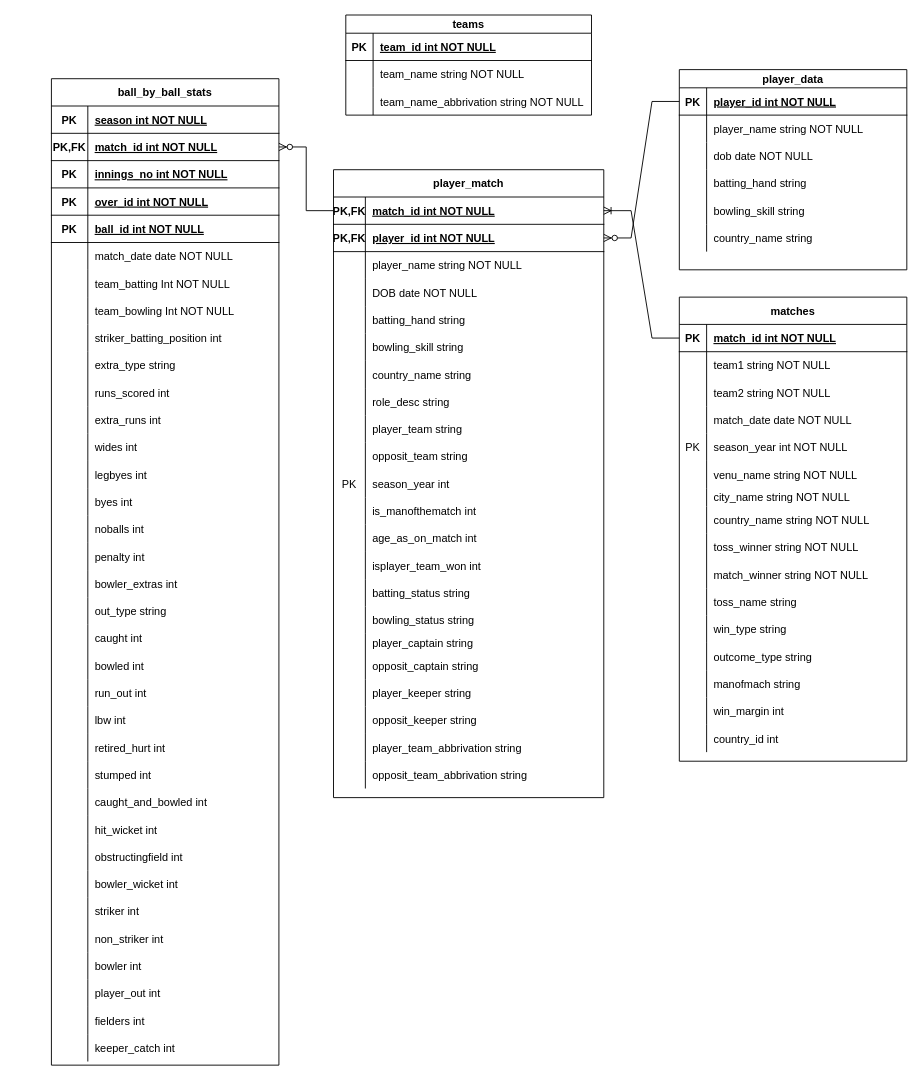
Above: data/Untitled Diagram.drawio in KBR0551/IPL-data-Analysis-using-Databricks-SQL (draw.io), before the change. Source tidied: cells renumbered, new cells numbered last; positions are measured from the earlier drawing's top-left corner, leaving out a move shared by most shapes. Both pictures are drawn from the tidied source at 91%, with x=0, y=0 at pixel (51, 15).
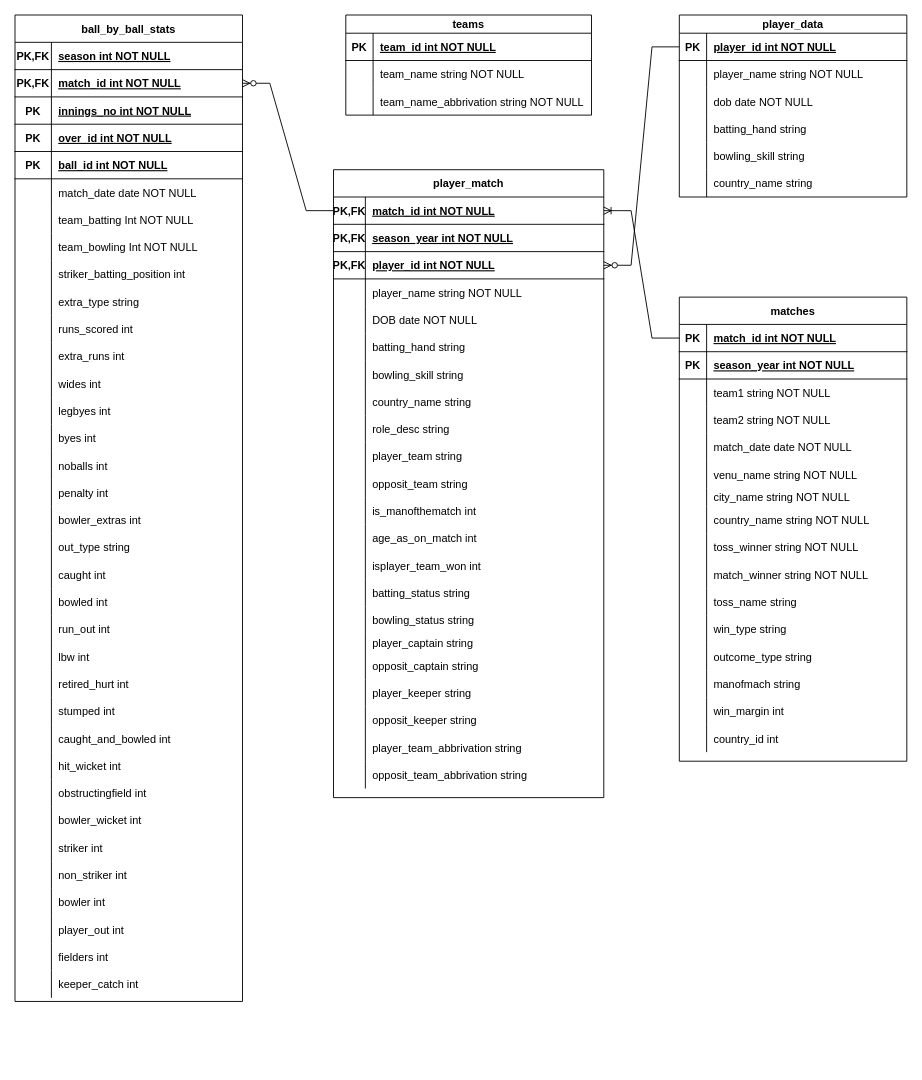
The same page after the edit.

The change refers to these unchanged cells:
```xml
<mxCell id="2" value="matches" style="shape=table;startSize=30;childLayout=tableLayout;rowLines=0;fontStyle=1;align=center;" parent="1" vertex="1">
  <mxGeometry x="690" y="310" width="250" height="510" as="geometry" />
</mxCell>
<mxCell id="51" value="player_match" style="shape=table;startSize=30;childLayout=tableLayout;rowLines=0;fontStyle=1;align=center;" parent="1" vertex="1">
  <mxGeometry x="310" y="170" width="297" height="690" as="geometry" />
</mxCell>
<mxCell id="119" style="shape=partialRectangle;fillColor=none;top=0;left=0;right=0;bottom=1;" parent="118" vertex="1">
  <mxGeometry y="30" width="250" height="30" as="geometry" />
</mxCell>
```

What changed in the source:
```diff
@@
+    <mxCell id="256" style="shape=partialRectangle;fillColor=none;top=0;left=0;right=0;bottom=1;" parent="2" vertex="1">
+      <mxGeometry y="60" width="250" height="30" as="geometry" />
+    </mxCell>
+    <mxCell id="257" value="PK" style="shape=partialRectangle;overflow=hidden;fillColor=none;top=0;left=0;bottom=0;right=0;fontStyle=1;" parent="256" vertex="1">
+      <mxGeometry width="30" height="30" as="geometry" />
+    </mxCell>
+    <mxCell id="258" value="season_year int NOT NULL " style="shape=partialRectangle;overflow=hidden;fillColor=none;top=0;left=0;bottom=0;right=0;align=left;spacingLeft=6;fontStyle=5;" parent="256" vertex="1">
+      <mxGeometry x="30" width="220" height="30" as="geometry" />
+    </mxCell>
     <mxCell id="6" style="shape=partialRectangle;fillColor=none;top=0;left=0;right=0;bottom=0;" parent="2" vertex="1">
-      <mxGeometry y="60" width="250" height="30" as="geometry" />
+      <mxGeometry y="90" width="250" height="30" as="geometry" />
     </mxCell>
@@
     <mxCell id="9" style="shape=partialRectangle;fillColor=none;top=0;left=0;right=0;bottom=0;" parent="2" vertex="1">
-      <mxGeometry y="90" width="250" height="30" as="geometry" />
+      <mxGeometry y="120" width="250" height="30" as="geometry" />
     </mxCell>
@@
     <mxCell id="12" style="shape=partialRectangle;fillColor=none;top=0;left=0;right=0;bottom=0;" parent="2" vertex="1">
-      <mxGeometry y="120" width="250" height="30" as="geometry" />
+      <mxGeometry y="150" width="250" height="30" as="geometry" />
     </mxCell>
@@
-    <mxCell id="15" style="shape=partialRectangle;fillColor=none;top=0;left=0;right=0;bottom=0;" parent="2" vertex="1">
-      <mxGeometry y="150" width="250" height="30" as="geometry" />
-    </mxCell>
-    <mxCell id="16" value="PK" style="shape=partialRectangle;overflow=hidden;fillColor=none;top=0;left=0;bottom=0;right=0;" parent="15" vertex="1">
-      <mxGeometry width="30" height="30" as="geometry" />
-    </mxCell>
-    <mxCell id="17" value="season_year int NOT NULL" style="shape=partialRectangle;overflow=hidden;fillColor=none;top=0;left=0;bottom=0;right=0;align=left;spacingLeft=6;" parent="15" vertex="1">
-      <mxGeometry x="30" width="220" height="30" as="geometry" />
-    </mxCell>
@@
+    <mxCell id="259" style="shape=partialRectangle;fillColor=none;top=0;left=0;right=0;bottom=1;" parent="51" vertex="1">
+      <mxGeometry y="60" width="297" height="30" as="geometry" />
+    </mxCell>
+    <mxCell id="260" value="PK,FK" style="shape=partialRectangle;overflow=hidden;fillColor=none;top=0;left=0;bottom=0;right=0;fontStyle=1;" parent="259" vertex="1">
+      <mxGeometry width="35" height="30" as="geometry" />
+    </mxCell>
+    <mxCell id="261" value="season_year int NOT NULL " style="shape=partialRectangle;overflow=hidden;fillColor=none;top=0;left=0;bottom=0;right=0;align=left;spacingLeft=6;fontStyle=5;" parent="259" vertex="1">
+      <mxGeometry x="35" width="262" height="30" as="geometry" />
+    </mxCell>
     <mxCell id="55" style="shape=partialRectangle;fillColor=none;points=[[0,0.5],[1,0.5]];portConstraint=eastwest;top=0;left=0;right=0;bottom=1;" parent="51" vertex="1">
-      <mxGeometry y="60" width="297" height="30" as="geometry" />
+      <mxGeometry y="90" width="297" height="30" as="geometry" />
     </mxCell>
@@
     <mxCell id="58" style="shape=partialRectangle;fillColor=none;top=0;left=0;right=0;bottom=0;" parent="51" vertex="1">
-      <mxGeometry y="90" width="297" height="30" as="geometry" />
+      <mxGeometry y="120" width="297" height="30" as="geometry" />
     </mxCell>
@@
     <mxCell id="61" style="shape=partialRectangle;fillColor=none;top=0;left=0;right=0;bottom=0;" parent="51" vertex="1">
-      <mxGeometry y="120" width="297" height="30" as="geometry" />
+      <mxGeometry y="150" width="297" height="30" as="geometry" />
     </mxCell>
@@
     <mxCell id="64" style="shape=partialRectangle;fillColor=none;top=0;left=0;right=0;bottom=0;" parent="51" vertex="1">
-      <mxGeometry y="150" width="297" height="30" as="geometry" />
+      <mxGeometry y="180" width="297" height="30" as="geometry" />
     </mxCell>
@@
     <mxCell id="67" style="shape=partialRectangle;fillColor=none;top=0;left=0;right=0;bottom=0;" parent="51" vertex="1">
-      <mxGeometry y="180" width="297" height="30" as="geometry" />
+      <mxGeometry y="210" width="297" height="30" as="geometry" />
     </mxCell>
@@
     <mxCell id="70" style="shape=partialRectangle;fillColor=none;top=0;left=0;right=0;bottom=0;" parent="51" vertex="1">
-      <mxGeometry y="210" width="297" height="30" as="geometry" />
+      <mxGeometry y="240" width="297" height="30" as="geometry" />
     </mxCell>
@@
     <mxCell id="73" style="shape=partialRectangle;fillColor=none;top=0;left=0;right=0;bottom=0;" parent="51" vertex="1">
-      <mxGeometry y="240" width="297" height="30" as="geometry" />
+      <mxGeometry y="270" width="297" height="30" as="geometry" />
     </mxCell>
@@
     <mxCell id="76" style="shape=partialRectangle;fillColor=none;top=0;left=0;right=0;bottom=0;" parent="51" vertex="1">
-      <mxGeometry y="270" width="297" height="30" as="geometry" />
+      <mxGeometry y="300" width="297" height="30" as="geometry" />
     </mxCell>
@@
     <mxCell id="79" style="shape=partialRectangle;fillColor=none;top=0;left=0;right=0;bottom=0;" parent="51" vertex="1">
-      <mxGeometry y="300" width="297" height="30" as="geometry" />
+      <mxGeometry y="330" width="297" height="30" as="geometry" />
     </mxCell>
@@
-    <mxCell id="82" style="shape=partialRectangle;fillColor=none;top=0;left=0;right=0;bottom=0;" parent="51" vertex="1">
-      <mxGeometry y="330" width="297" height="30" as="geometry" />
-    </mxCell>
-    <mxCell id="83" value="PK" style="shape=partialRectangle;overflow=hidden;fillColor=none;top=0;left=0;bottom=0;right=0;" parent="82" vertex="1">
-      <mxGeometry width="35" height="30" as="geometry" />
-    </mxCell>
-    <mxCell id="84" value="season_year int" style="shape=partialRectangle;overflow=hidden;fillColor=none;top=0;left=0;bottom=0;right=0;align=left;spacingLeft=6;" parent="82" vertex="1">
-      <mxGeometry x="35" width="262" height="30" as="geometry" />
-    </mxCell>
@@
     <mxCell id="118" value="ball_by_ball_stats" style="shape=table;startSize=30;childLayout=tableLayout;rowLines=0;fontStyle=1;align=center;" parent="1" vertex="1">
-      <mxGeometry y="70" width="250" height="1084" as="geometry" />
+      <mxGeometry x="-40" width="250" height="1084" as="geometry" />
     </mxCell>
@@
-    <mxCell id="120" value="PK" style="shape=partialRectangle;overflow=hidden;fillColor=none;top=0;left=0;bottom=0;right=0;fontStyle=1;" parent="119" vertex="1">
+    <mxCell id="120" value="PK,FK" style="shape=partialRectangle;overflow=hidden;fillColor=none;top=0;left=0;bottom=0;right=0;fontStyle=1;" parent="119" vertex="1">
       <mxGeometry width="40" height="30" as="geometry" />
     </mxCell>
@@
     <mxCell id="224" value="player_data" style="shape=table;startSize=20;childLayout=tableLayout;rowLines=0;fontStyle=1;align=center;" parent="1" vertex="1">
-      <mxGeometry x="690" y="60" width="250" height="220" as="geometry" />
+      <mxGeometry x="690" width="250" height="200" as="geometry" />
     </mxCell>
```
